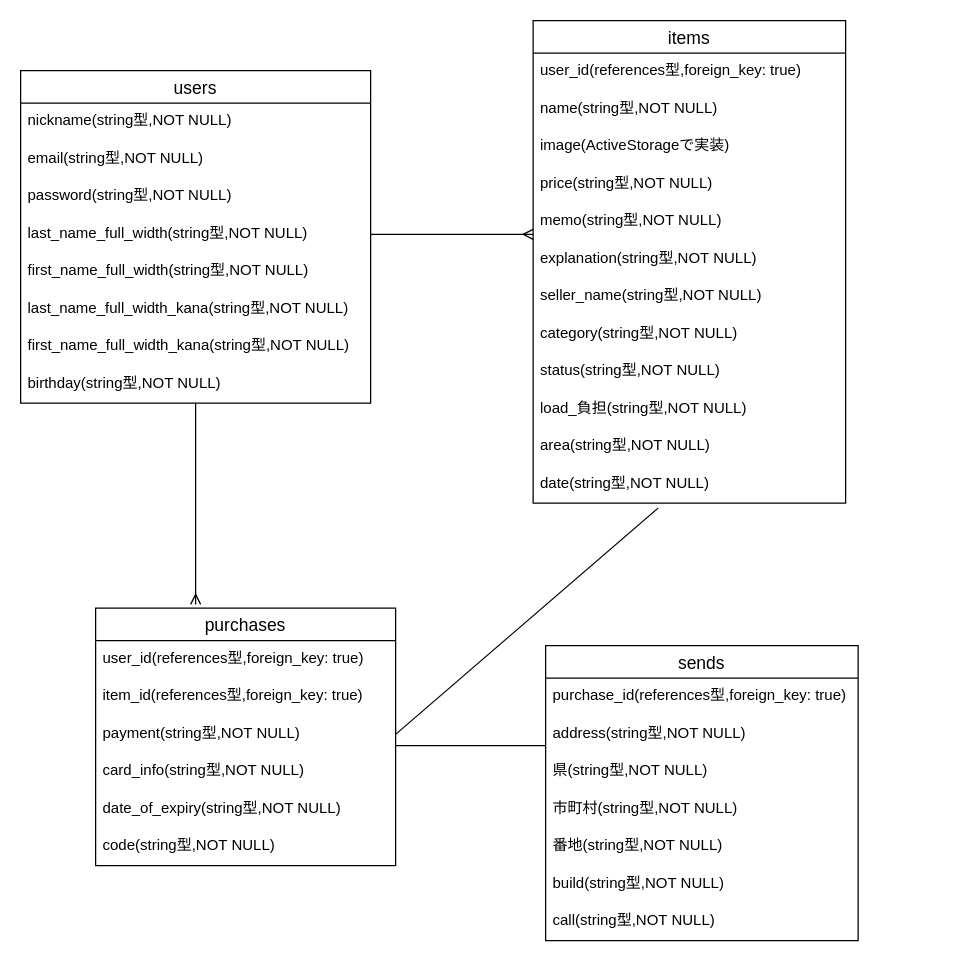
Above: page "ページ1" (1 of 2) of furima.dio in chachamaru6/furima-36589 (draw.io), before the change. Source tidied: cells renumbered, new cells numbered last; positions are measured from the earlier drawing's top-left corner, leaving out a move shared by most shapes. Both pictures are drawn from the tidied source at 125%, with x=0, y=0 at pixel (20, 20).
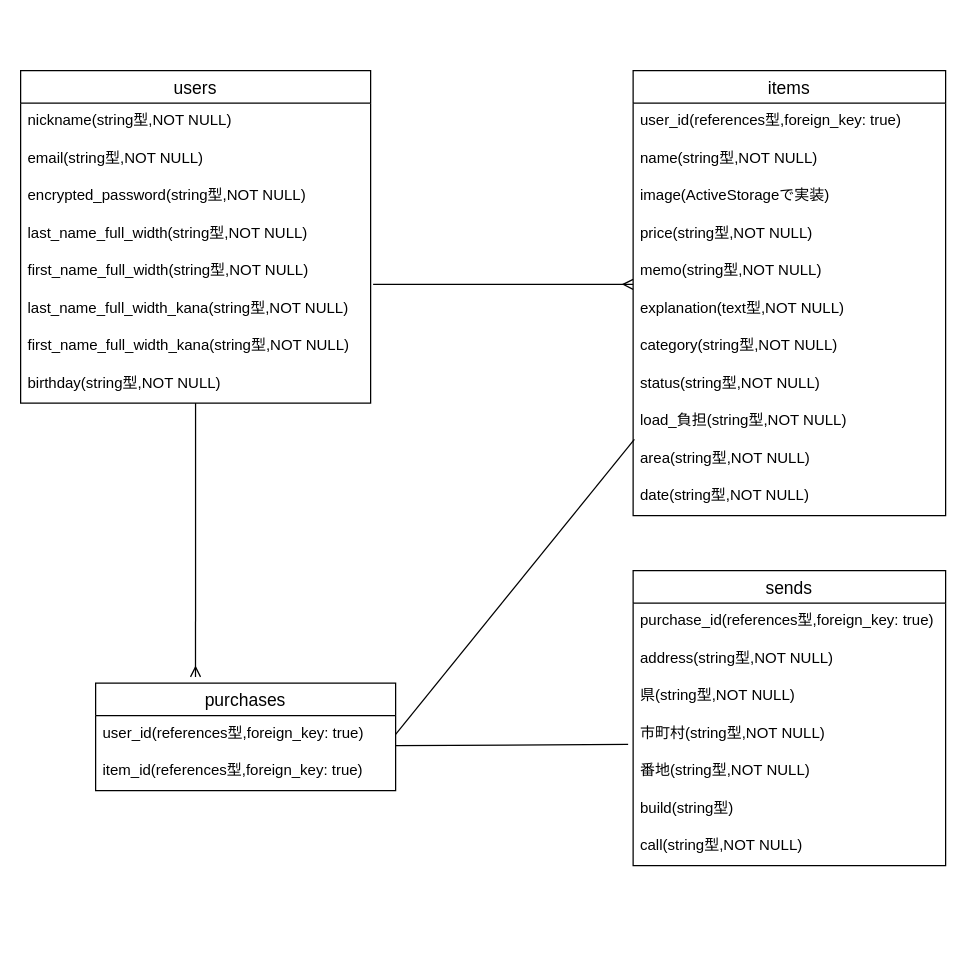
Above is the later version.

The change refers to these unchanged cells:
```xml
<mxCell id="3" value="users" style="swimlane;fontStyle=0;horizontal=1;startSize=26;align=center;fontSize=14;labelBackgroundColor=#ffffff;" parent="1" vertex="1">
  <mxGeometry y="40" width="280" height="266" as="geometry" />
</mxCell>
<mxCell id="7" value="last_name_full_width(string型,NOT NULL)" style="text;strokeColor=none;fillColor=none;spacingLeft=4;spacingRight=4;overflow=hidden;points=[[0,0.5],[1,0.5]];portConstraint=eastwest;fontSize=12;" parent="3" vertex="1">
  <mxGeometry y="116" width="280" height="30" as="geometry" />
</mxCell>
<mxCell id="17" value="memo(string型,NOT NULL)" style="text;strokeColor=none;fillColor=none;spacingLeft=4;spacingRight=4;overflow=hidden;points=[[0,0.5],[1,0.5]];portConstraint=eastwest;fontSize=12;" parent="12" vertex="1">
  <mxGeometry y="146" width="250" height="30" as="geometry" />
</mxCell>
<mxCell id="36" value="市町村(string型,NOT NULL)" style="text;strokeColor=none;fillColor=none;spacingLeft=4;spacingRight=4;overflow=hidden;points=[[0,0.5],[1,0.5]];portConstraint=eastwest;fontSize=12;" parent="32" vertex="1">
  <mxGeometry y="116" width="250" height="30" as="geometry" />
</mxCell>
```

Change to the diagram source:
```diff
@@
-    <mxCell id="2" style="edgeStyle=none;rounded=0;sketch=0;jettySize=auto;html=1;endArrow=ERmany;endFill=0;" parent="1" edge="1" source="3">
-      <mxGeometry relative="1" as="geometry">
-        <mxPoint x="140" y="467" as="targetPoint" />
-      </mxGeometry>
+    <mxCell id="2" style="edgeStyle=none;rounded=0;sketch=0;jettySize=auto;html=1;endArrow=ERmany;endFill=0;entryX=0.333;entryY=-0.058;entryDx=0;entryDy=0;entryPerimeter=0;" parent="1" edge="1" source="3" target="25">
+      <mxGeometry relative="1" as="geometry" />
     </mxCell>
@@
-    <mxCell id="6" value="password(string型,NOT NULL)" style="text;strokeColor=none;fillColor=none;spacingLeft=4;spacingRight=4;overflow=hidden;fontSize=12;" parent="3" vertex="1">
+    <mxCell id="6" value="encrypted_password(string型,NOT NULL)" style="text;strokeColor=none;fillColor=none;spacingLeft=4;spacingRight=4;overflow=hidden;fontSize=12;" parent="3" vertex="1">
       <mxGeometry y="86" width="280" height="30" as="geometry" />
     </mxCell>
@@
     <mxCell id="12" value="items" style="swimlane;fontStyle=0;horizontal=1;startSize=26;align=center;fontSize=14;labelBackgroundColor=#ffffff;" parent="1" vertex="1">
-      <mxGeometry x="410" width="250" height="386" as="geometry" />
+      <mxGeometry x="490" y="40" width="250" height="356" as="geometry" />
     </mxCell>
@@
-    <mxCell id="18" value="explanation(string型,NOT NULL)" style="text;strokeColor=none;fillColor=none;spacingLeft=4;spacingRight=4;overflow=hidden;fontSize=12;" parent="12" vertex="1">
+    <mxCell id="18" value="explanation(text型,NOT NULL)" style="text;strokeColor=none;fillColor=none;spacingLeft=4;spacingRight=4;overflow=hidden;fontSize=12;" parent="12" vertex="1">
       <mxGeometry y="176" width="250" height="30" as="geometry" />
     </mxCell>
-    <mxCell id="19" value="seller_name(string型,NOT NULL)" style="text;strokeColor=none;fillColor=none;spacingLeft=4;spacingRight=4;overflow=hidden;fontSize=12;" parent="12" vertex="1">
-      <mxGeometry y="206" width="250" height="30" as="geometry" />
-    </mxCell>
     <mxCell id="20" value="category(string型,NOT NULL)" style="text;strokeColor=none;fillColor=none;spacingLeft=4;spacingRight=4;overflow=hidden;fontSize=12;" parent="12" vertex="1">
-      <mxGeometry y="236" width="250" height="30" as="geometry" />
+      <mxGeometry y="206" width="250" height="30" as="geometry" />
     </mxCell>
     <mxCell id="21" value="status(string型,NOT NULL)" style="text;strokeColor=none;fillColor=none;spacingLeft=4;spacingRight=4;overflow=hidden;fontSize=12;" parent="12" vertex="1">
-      <mxGeometry y="266" width="250" height="30" as="geometry" />
+      <mxGeometry y="236" width="250" height="30" as="geometry" />
     </mxCell>
     <mxCell id="22" value="load_負担(string型,NOT NULL)" style="text;strokeColor=none;fillColor=none;spacingLeft=4;spacingRight=4;overflow=hidden;fontSize=12;" parent="12" vertex="1">
-      <mxGeometry y="296" width="250" height="30" as="geometry" />
+      <mxGeometry y="266" width="250" height="30" as="geometry" />
     </mxCell>
     <mxCell id="23" value="area(string型,NOT NULL)" style="text;strokeColor=none;fillColor=none;spacingLeft=4;spacingRight=4;overflow=hidden;points=[[0,0.5],[1,0.5]];portConstraint=eastwest;fontSize=12;" parent="12" vertex="1">
-      <mxGeometry y="326" width="250" height="30" as="geometry" />
+      <mxGeometry y="296" width="250" height="30" as="geometry" />
     </mxCell>
     <mxCell id="24" value="date(string型,NOT NULL)" style="text;strokeColor=none;fillColor=none;spacingLeft=4;spacingRight=4;overflow=hidden;fontSize=12;" parent="12" vertex="1">
-      <mxGeometry y="356" width="250" height="30" as="geometry" />
+      <mxGeometry y="326" width="250" height="30" as="geometry" />
     </mxCell>
     <mxCell id="25" value="purchases" style="swimlane;fontStyle=0;horizontal=1;startSize=26;align=center;fontSize=14;labelBackgroundColor=#ffffff;" parent="1" vertex="1">
-      <mxGeometry x="60" y="470" width="240" height="206" as="geometry" />
+      <mxGeometry x="60" y="530" width="240" height="86" as="geometry" />
     </mxCell>
@@
-    <mxCell id="28" value="payment(string型,NOT NULL)" style="text;strokeColor=none;fillColor=none;spacingLeft=4;spacingRight=4;overflow=hidden;points=[[0,0.5],[1,0.5]];portConstraint=eastwest;fontSize=12;" parent="25" vertex="1">
-      <mxGeometry y="86" width="240" height="30" as="geometry" />
-    </mxCell>
-    <mxCell id="29" value="card_info(string型,NOT NULL)" style="text;strokeColor=none;fillColor=none;spacingLeft=4;spacingRight=4;overflow=hidden;fontSize=12;" parent="25" vertex="1">
-      <mxGeometry y="116" width="240" height="30" as="geometry" />
-    </mxCell>
-    <mxCell id="30" value="date_of_expiry(string型,NOT NULL)" style="text;strokeColor=none;fillColor=none;spacingLeft=4;spacingRight=4;overflow=hidden;fontSize=12;" parent="25" vertex="1">
-      <mxGeometry y="146" width="240" height="30" as="geometry" />
-    </mxCell>
-    <mxCell id="31" value="code(string型,NOT NULL)" style="text;strokeColor=none;fillColor=none;spacingLeft=4;spacingRight=4;overflow=hidden;fontSize=12;" parent="25" vertex="1">
-      <mxGeometry y="176" width="240" height="30" as="geometry" />
-    </mxCell>
     <mxCell id="32" value="sends" style="swimlane;fontStyle=0;horizontal=1;startSize=26;align=center;fontSize=14;labelBackgroundColor=#ffffff;fillColor=none;" parent="1" vertex="1">
-      <mxGeometry x="420" y="500" width="250" height="236" as="geometry" />
+      <mxGeometry x="490" y="440" width="250" height="236" as="geometry" />
     </mxCell>
@@
-    <mxCell id="38" value="build(string型,NOT NULL)" style="text;strokeColor=none;fillColor=none;spacingLeft=4;spacingRight=4;overflow=hidden;fontSize=12;" parent="32" vertex="1">
+    <mxCell id="38" value="build(string型)" style="text;strokeColor=none;fillColor=none;spacingLeft=4;spacingRight=4;overflow=hidden;fontSize=12;" parent="32" vertex="1">
       <mxGeometry y="176" width="250" height="30" as="geometry" />
     </mxCell>
@@
-    <mxCell id="40" style="endArrow=none;html=1;rounded=0;" parent="1" edge="1">
+    <mxCell id="40" style="endArrow=none;html=1;rounded=0;entryX=-0.016;entryY=0.767;entryDx=0;entryDy=0;entryPerimeter=0;" parent="1" edge="1" target="36">
       <mxGeometry relative="1" as="geometry">
         <mxPoint x="300" y="580" as="sourcePoint" />
-        <mxPoint x="420" y="580" as="targetPoint" />
       </mxGeometry>
     </mxCell>
-    <mxCell id="41" style="endArrow=none;html=1;rounded=0;exitX=1;exitY=0.5;exitDx=0;exitDy=0;" parent="1" edge="1" source="28">
+    <mxCell id="41" style="endArrow=none;html=1;rounded=0;exitX=1;exitY=0.5;exitDx=0;exitDy=0;entryX=0.004;entryY=-0.033;entryDx=0;entryDy=0;entryPerimeter=0;" parent="1" edge="1" target="23">
       <mxGeometry relative="1" as="geometry">
-        <mxPoint x="510" y="390" as="targetPoint" />
+        <mxPoint x="300" y="571" as="sourcePoint" />
       </mxGeometry>
     </mxCell>
-    <mxCell id="42" style="edgeStyle=none;rounded=0;sketch=0;jettySize=auto;html=1;exitX=1;exitY=0.5;exitDx=0;exitDy=0;entryX=0;entryY=0.833;entryDx=0;entryDy=0;entryPerimeter=0;endArrow=ERmany;endFill=0;" parent="1" edge="1" source="7" target="17">
-      <mxGeometry relative="1" as="geometry" />
+    <mxCell id="42" style="edgeStyle=none;rounded=0;sketch=0;jettySize=auto;html=1;entryX=0;entryY=0.833;entryDx=0;entryDy=0;entryPerimeter=0;endArrow=ERmany;endFill=0;" parent="1" edge="1" target="17">
+      <mxGeometry relative="1" as="geometry">
+        <mxPoint x="282" y="211" as="sourcePoint" />
+      </mxGeometry>
     </mxCell>
```
